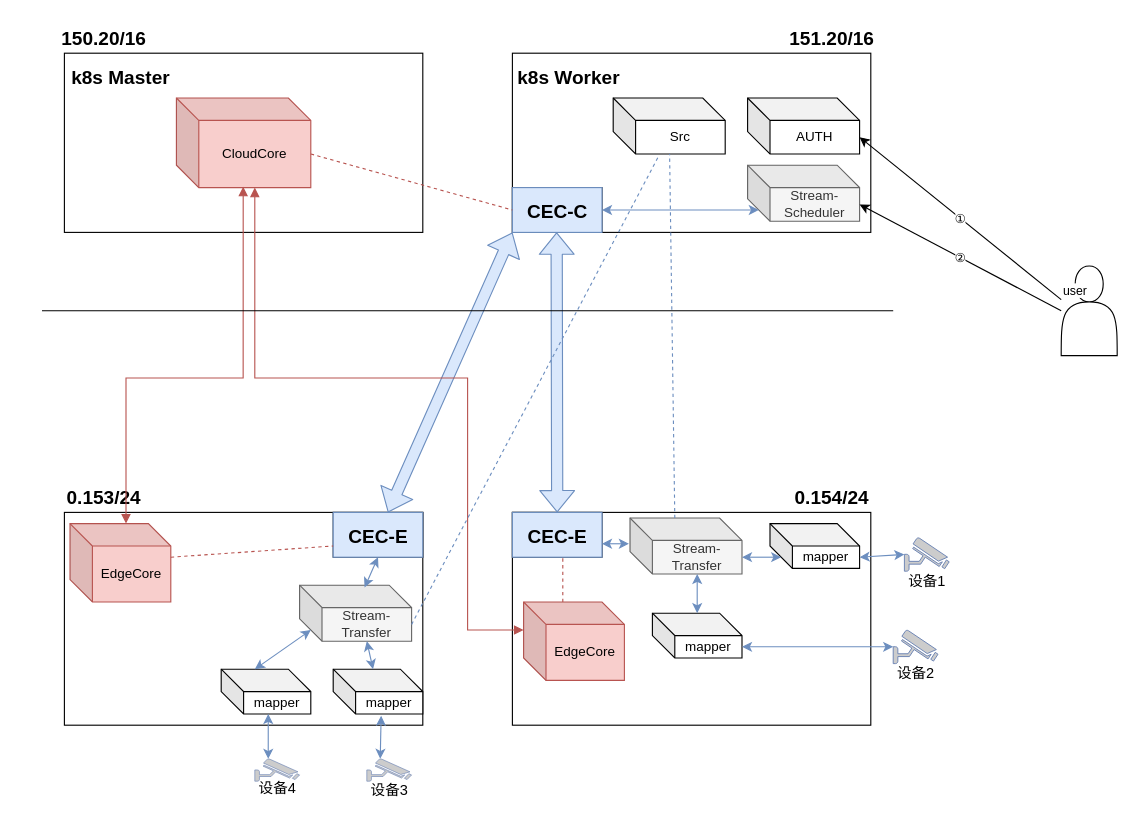
luckymark/c2019 keeps this draw.io diagram as Untitled Diagram.drawio. Above is the earlier version. Source tidied: cells renumbered, new cells numbered last; positions are measured from the earlier drawing's top-left corner, leaving out a move shared by most shapes. Both pictures are drawn from the tidied source at 112%, with x=0, y=0 at pixel (41, 19).
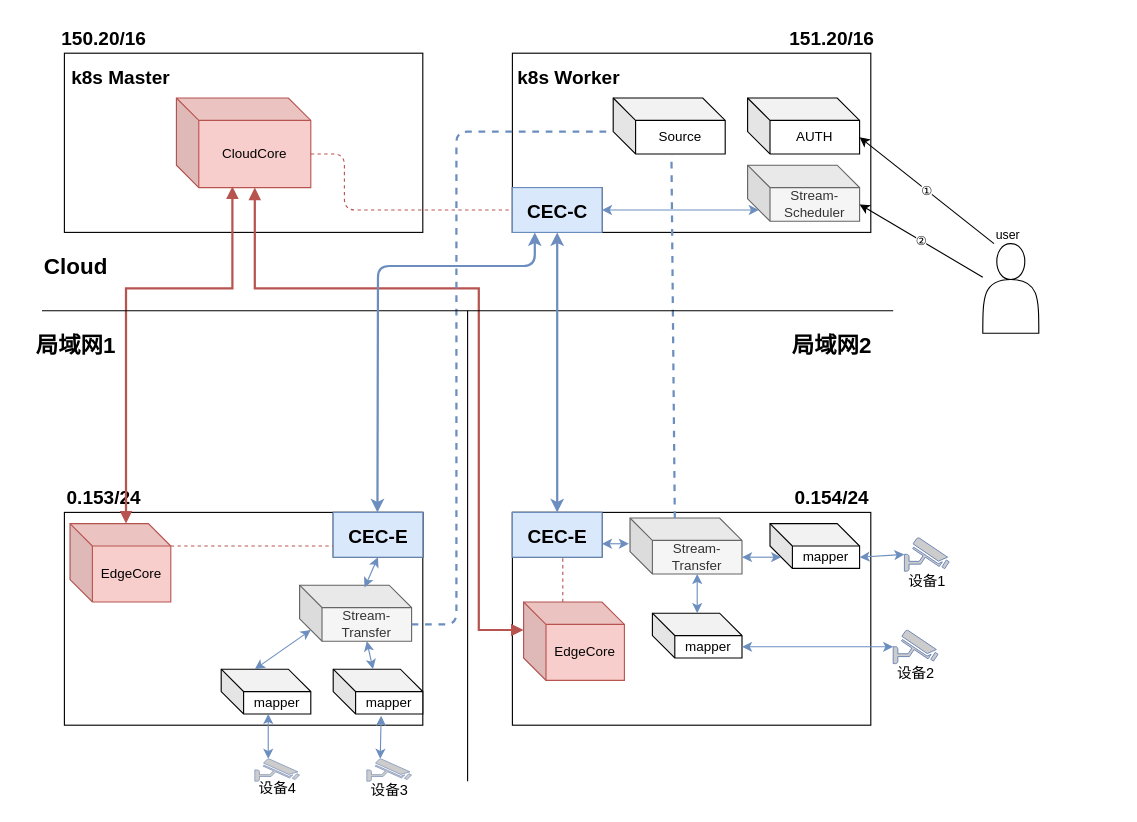
After the change.

Unchanged cells that the change refers to:
```xml
<mxCell id="6" value="CloudCore" style="shape=cube;whiteSpace=wrap;html=1;boundedLbl=1;backgroundOutline=1;darkOpacity=0.05;darkOpacity2=0.1;fillColor=#f8cecc;strokeColor=#b85450;" parent="1" vertex="1">
  <mxGeometry x="120" y="70" width="120" height="80" as="geometry" />
</mxCell>
<mxCell id="7" value="Stream-Scheduler" style="shape=cube;whiteSpace=wrap;html=1;boundedLbl=1;backgroundOutline=1;darkOpacity=0.05;darkOpacity2=0.1;fillColor=#f5f5f5;strokeColor=#666666;fontColor=#333333;" parent="1" vertex="1">
  <mxGeometry x="630" y="130" width="100" height="50" as="geometry" />
</mxCell>
<mxCell id="11" value="EdgeCore" style="shape=cube;whiteSpace=wrap;html=1;boundedLbl=1;backgroundOutline=1;darkOpacity=0.05;darkOpacity2=0.1;fillColor=#f8cecc;strokeColor=#b85450;strokeWidth=1;" parent="1" vertex="1">
  <mxGeometry x="25" y="450" width="90" height="70" as="geometry" />
</mxCell>
<mxCell id="13" value="&lt;font style=&quot;font-size: 17px&quot;&gt;CEC-E&lt;/font&gt;" style="text;strokeColor=#6c8ebf;fillColor=#dae8fc;html=1;fontSize=24;fontStyle=1;verticalAlign=middle;align=center;" parent="1" vertex="1">
  <mxGeometry x="420" y="440" width="80" height="40" as="geometry" />
</mxCell>
<mxCell id="15" value="&lt;font style=&quot;font-size: 17px&quot;&gt;CEC-C&lt;/font&gt;" style="text;strokeColor=#6c8ebf;fillColor=#dae8fc;html=1;fontSize=24;fontStyle=1;verticalAlign=middle;align=center;" parent="1" vertex="1">
  <mxGeometry x="420" y="150" width="80" height="40" as="geometry" />
</mxCell>
<mxCell id="18" value="&lt;font style=&quot;font-size: 17px&quot;&gt;CEC-E&lt;/font&gt;" style="text;strokeColor=#6c8ebf;fillColor=#dae8fc;html=1;fontSize=24;fontStyle=1;verticalAlign=middle;align=center;strokeWidth=1;" parent="1" vertex="1">
  <mxGeometry x="260" y="440" width="80" height="40" as="geometry" />
</mxCell>
<mxCell id="24" value="EdgeCore" style="shape=cube;whiteSpace=wrap;html=1;boundedLbl=1;backgroundOutline=1;darkOpacity=0.05;darkOpacity2=0.1;fillColor=#f8cecc;strokeColor=#b85450;" parent="1" vertex="1">
  <mxGeometry x="430" y="520" width="90" height="70" as="geometry" />
</mxCell>
<mxCell id="35" value="AUTH" style="shape=cube;whiteSpace=wrap;html=1;boundedLbl=1;backgroundOutline=1;darkOpacity=0.05;darkOpacity2=0.1;" parent="1" vertex="1">
  <mxGeometry x="630" y="70" width="100" height="50" as="geometry" />
</mxCell>
<mxCell id="37" value="Stream-Transfer" style="shape=cube;whiteSpace=wrap;html=1;boundedLbl=1;backgroundOutline=1;darkOpacity=0.05;darkOpacity2=0.1;strokeWidth=1;fillColor=#f5f5f5;strokeColor=#666666;fontColor=#333333;" parent="1" vertex="1">
  <mxGeometry x="230" y="505" width="100" height="50" as="geometry" />
</mxCell>
<mxCell id="38" value="Stream-Transfer" style="shape=cube;whiteSpace=wrap;html=1;boundedLbl=1;backgroundOutline=1;darkOpacity=0.05;darkOpacity2=0.1;fillColor=#f5f5f5;strokeColor=#666666;fontColor=#333333;" parent="1" vertex="1">
  <mxGeometry x="525" y="445" width="100" height="50" as="geometry" />
</mxCell>
```

What changed in the source:
```diff
@@
-    <mxCell id="16" style="shape=flexArrow;endArrow=classic;startArrow=classic;html=1;exitX=0.5;exitY=0;exitDx=0;exitDy=0;fillColor=#dae8fc;strokeColor=#6c8ebf;" parent="1" edge="1" source="13">
-      <mxGeometry relative="1" as="geometry">
-        <mxPoint x="459.5" y="190" as="targetPoint" />
-      </mxGeometry>
-    </mxCell>
@@
-    <mxCell id="19" style="shape=flexArrow;endArrow=classic;startArrow=classic;html=1;entryX=0;entryY=1;entryDx=0;entryDy=0;fillColor=#dae8fc;strokeColor=#6c8ebf;" parent="1" edge="1" source="18" target="15">
-      <mxGeometry relative="1" as="geometry" />
-    </mxCell>
@@
-    <mxCell id="28" style="edgeStyle=orthogonalEdgeStyle;html=1;endArrow=block;elbow=vertical;startArrow=block;startFill=1;endFill=1;strokeColor=#b85450;rounded=0;fillColor=#f8cecc;exitX=0;exitY=0;exitDx=70;exitDy=80;exitPerimeter=0;entryX=0;entryY=0;entryDx=0;entryDy=25;entryPerimeter=0;" parent="1" edge="1" source="6" target="24">
+    <mxCell id="28" style="edgeStyle=orthogonalEdgeStyle;html=1;endArrow=block;elbow=vertical;startArrow=block;startFill=1;endFill=1;strokeColor=#b85450;rounded=0;fillColor=#f8cecc;exitX=0;exitY=0;exitDx=70;exitDy=80;exitPerimeter=0;entryX=0;entryY=0;entryDx=0;entryDy=25;entryPerimeter=0;strokeWidth=2;" parent="1" edge="1" source="6" target="24">
       <mxGeometry relative="1" as="geometry">
         <Array as="points">
-          <mxPoint x="190" y="320" />
-          <mxPoint x="380" y="320" />
-          <mxPoint x="380" y="545" />
+          <mxPoint x="190" y="240" />
+          <mxPoint x="390" y="240" />
+          <mxPoint x="390" y="545" />
         </Array>
       </mxGeometry>
     </mxCell>
@@
-    <mxCell id="33" style="edgeStyle=orthogonalEdgeStyle;html=1;endArrow=block;elbow=vertical;startArrow=block;startFill=1;endFill=1;strokeColor=#b85450;rounded=0;entryX=0.497;entryY=0.99;entryDx=0;entryDy=0;entryPerimeter=0;fillColor=#f8cecc;" parent="1" edge="1" source="11" target="6">
+    <mxCell id="33" style="edgeStyle=orthogonalEdgeStyle;html=1;endArrow=block;elbow=vertical;startArrow=block;startFill=1;endFill=1;strokeColor=#b85450;rounded=0;fillColor=#f8cecc;strokeWidth=2;" parent="1" edge="1" source="11">
       <mxGeometry relative="1" as="geometry">
+        <mxPoint x="170" y="149" as="targetPoint" />
         <Array as="points">
-          <mxPoint x="75" y="320" />
-          <mxPoint x="180" y="320" />
+          <mxPoint x="75" y="240" />
+          <mxPoint x="170" y="240" />
+          <mxPoint x="170" y="149" />
         </Array>
       </mxGeometry>
     </mxCell>
     <mxCell id="34" style="shape=actor;whiteSpace=wrap;html=1;" parent="1" vertex="1">
-      <mxGeometry x="910" y="220" width="50" height="80" as="geometry" />
+      <mxGeometry x="840" y="200" width="50" height="80" as="geometry" />
     </mxCell>
@@
-    <mxCell id="53" style="endArrow=none;dashed=1;html=1;strokeWidth=1;entryX=0;entryY=0.75;entryDx=0;entryDy=0;fillColor=#f8cecc;strokeColor=#b85450;" parent="1" edge="1" target="18">
-      <mxGeometry relative="1" as="geometry">
-        <mxPoint x="115" y="480" as="sourcePoint" />
-      </mxGeometry>
+    <mxCell id="53" style="endArrow=none;dashed=1;html=1;strokeWidth=1;entryX=0;entryY=0.75;entryDx=0;entryDy=0;fillColor=#f8cecc;strokeColor=#b85450;exitX=0;exitY=0;exitDx=90;exitDy=20;exitPerimeter=0;" parent="1" edge="1" source="11" target="18">
+      <mxGeometry relative="1" as="geometry" />
     </mxCell>
@@
     <mxCell id="55" style="endArrow=classic;html=1;strokeWidth=1;entryX=0;entryY=0;entryDx=100;entryDy=35;entryPerimeter=0;" parent="1" edge="1" target="35">
       <mxGeometry relative="1" as="geometry">
-        <mxPoint x="910" y="250" as="sourcePoint" />
+        <mxPoint x="850" y="200" as="sourcePoint" />
       </mxGeometry>
     </mxCell>
@@
     <mxCell id="58" style="endArrow=classic;html=1;strokeWidth=1;entryX=0;entryY=0;entryDx=100;entryDy=35;entryPerimeter=0;" parent="1" edge="1" target="7">
       <mxGeometry relative="1" as="geometry">
-        <mxPoint x="910" y="260" as="sourcePoint" />
+        <mxPoint x="840" y="230" as="sourcePoint" />
       </mxGeometry>
     </mxCell>
@@
-    <mxCell id="60" value="Src" style="shape=cube;whiteSpace=wrap;html=1;boundedLbl=1;backgroundOutline=1;darkOpacity=0.05;darkOpacity2=0.1;" parent="1" vertex="1">
+    <mxCell id="60" value="Source" style="shape=cube;whiteSpace=wrap;html=1;boundedLbl=1;backgroundOutline=1;darkOpacity=0.05;darkOpacity2=0.1;" parent="1" vertex="1">
       <mxGeometry x="510" y="70" width="100" height="50" as="geometry" />
     </mxCell>
-    <mxCell id="61" style="endArrow=none;dashed=1;html=1;strokeWidth=1;exitX=0;exitY=0;exitDx=40;exitDy=0;exitPerimeter=0;fillColor=#dae8fc;strokeColor=#6c8ebf;" parent="1" edge="1" source="38" target="60">
+    <mxCell id="61" style="endArrow=none;dashed=1;html=1;strokeWidth=2;exitX=0;exitY=0;exitDx=40;exitDy=0;exitPerimeter=0;fillColor=#dae8fc;strokeColor=#6c8ebf;entryX=0.52;entryY=1.02;entryDx=0;entryDy=0;entryPerimeter=0;" parent="1" edge="1" source="38" target="60">
       <mxGeometry relative="1" as="geometry" />
     </mxCell>
-    <mxCell id="62" style="endArrow=none;dashed=1;html=1;strokeWidth=1;exitX=0;exitY=0;exitDx=100;exitDy=35;exitPerimeter=0;fillColor=#dae8fc;strokeColor=#6c8ebf;entryX=0.4;entryY=1.06;entryDx=0;entryDy=0;entryPerimeter=0;" parent="1" edge="1" source="37" target="60">
-      <mxGeometry relative="1" as="geometry" />
+    <mxCell id="62" style="endArrow=none;dashed=1;html=1;strokeWidth=2;exitX=0;exitY=0;exitDx=100;exitDy=35;exitPerimeter=0;fillColor=#dae8fc;strokeColor=#6c8ebf;entryX=0;entryY=0;entryDx=0;entryDy=30;entryPerimeter=0;" parent="1" edge="1" source="37" target="60">
+      <mxGeometry relative="1" as="geometry">
+        <Array as="points">
+          <mxPoint x="370" y="540" />
+          <mxPoint x="370" y="300" />
+          <mxPoint x="370" y="100" />
+        </Array>
+      </mxGeometry>
     </mxCell>
     <mxCell id="63" style="endArrow=none;dashed=1;html=1;strokeWidth=1;exitX=0;exitY=0;exitDx=120;exitDy=50;exitPerimeter=0;entryX=0;entryY=0.5;entryDx=0;entryDy=0;fillColor=#f8cecc;strokeColor=#b85450;" parent="1" edge="1" source="6" target="15">
-      <mxGeometry relative="1" as="geometry" />
+      <mxGeometry relative="1" as="geometry">
+        <Array as="points">
+          <mxPoint x="270" y="120" />
+          <mxPoint x="270" y="170" />
+        </Array>
+      </mxGeometry>
     </mxCell>
@@
+    <mxCell id="65" style="endArrow=none;html=1;strokeWidth=1;" parent="1" edge="1">
+      <mxGeometry relative="1" as="geometry">
+        <mxPoint x="380" y="680" as="sourcePoint" />
+        <mxPoint x="380" y="260" as="targetPoint" />
+      </mxGeometry>
+    </mxCell>
+    <mxCell id="66" value="&lt;font style=&quot;font-size: 20px&quot;&gt;Cloud&lt;/font&gt;" style="text;strokeColor=none;fillColor=none;html=1;fontSize=24;fontStyle=1;verticalAlign=middle;align=center;" parent="1" vertex="1">
+      <mxGeometry x="-20" y="200" width="100" height="40" as="geometry" />
+    </mxCell>
+    <mxCell id="67" value="&lt;font style=&quot;font-size: 20px&quot;&gt;局域网1&lt;/font&gt;" style="text;strokeColor=none;fillColor=none;html=1;fontSize=24;fontStyle=1;verticalAlign=middle;align=center;" parent="1" vertex="1">
+      <mxGeometry x="-20" y="270" width="100" height="40" as="geometry" />
+    </mxCell>
+    <mxCell id="68" value="&lt;font style=&quot;font-size: 20px&quot;&gt;局域网2&lt;/font&gt;" style="text;strokeColor=none;fillColor=none;html=1;fontSize=24;fontStyle=1;verticalAlign=middle;align=center;" parent="1" vertex="1">
+      <mxGeometry x="655" y="270" width="100" height="40" as="geometry" />
+    </mxCell>
+    <mxCell id="69" style="endArrow=classic;startArrow=classic;html=1;strokeWidth=2;entryX=0.5;entryY=1;entryDx=0;entryDy=0;exitX=0.5;exitY=0;exitDx=0;exitDy=0;fillColor=#dae8fc;strokeColor=#6c8ebf;" parent="1" edge="1" source="13" target="15">
+      <mxGeometry relative="1" as="geometry" />
+    </mxCell>
+    <mxCell id="70" style="endArrow=classic;startArrow=classic;html=1;strokeWidth=2;exitX=0.5;exitY=0;exitDx=0;exitDy=0;fillColor=#dae8fc;strokeColor=#6c8ebf;" parent="1" edge="1">
+      <mxGeometry relative="1" as="geometry">
+        <mxPoint x="299.5" y="440" as="sourcePoint" />
+        <mxPoint x="440" y="190" as="targetPoint" />
+        <Array as="points">
+          <mxPoint x="300" y="220" />
+          <mxPoint x="440" y="220" />
+        </Array>
+      </mxGeometry>
+    </mxCell>
```
